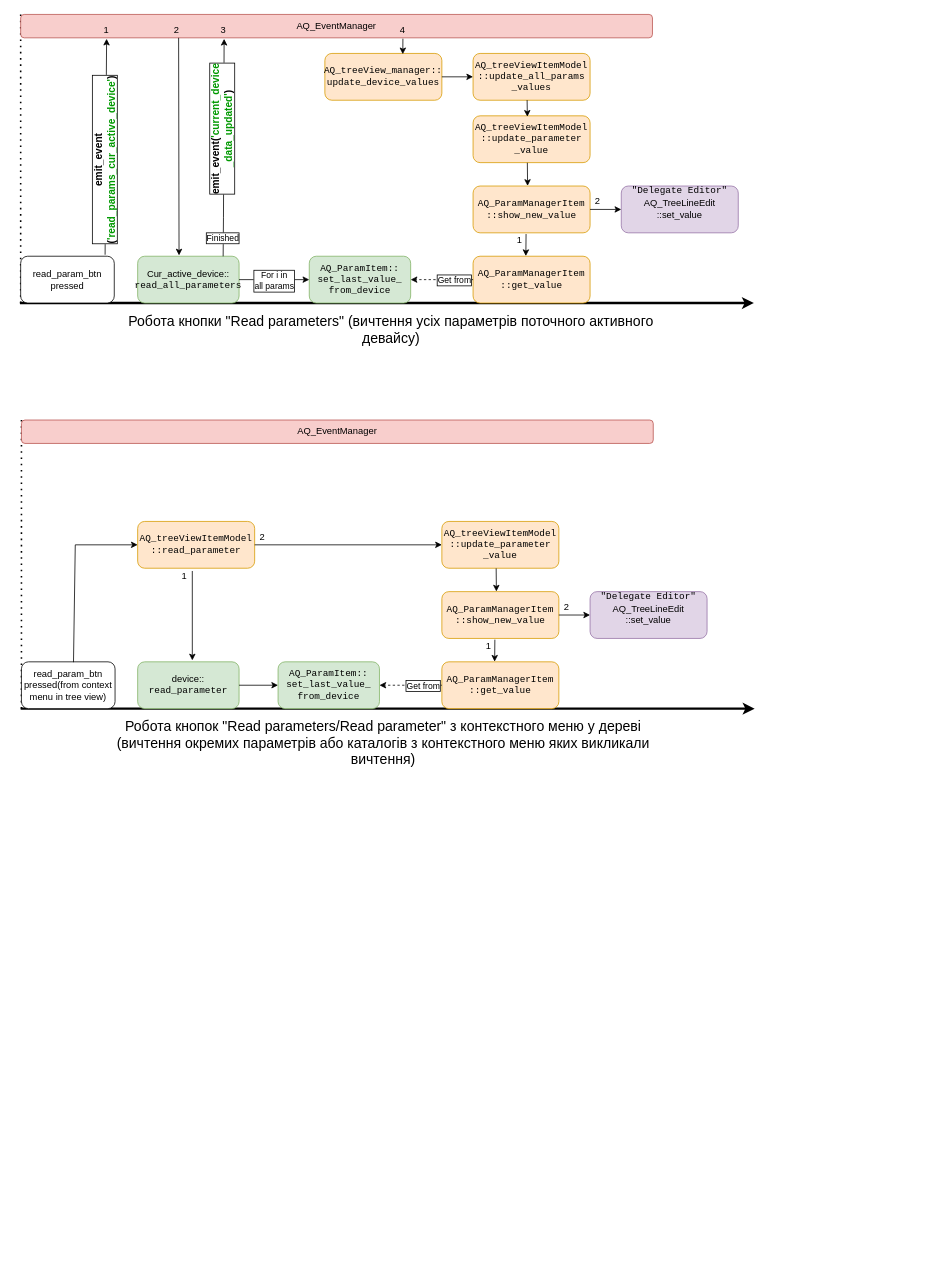
This is page "Вичтення значення параметру" (6 of 9) of arch.drawio from romangolovkou/AQteck_toolMAX, a draw.io file, before an edit. Source tidied: cells renumbered, new cells numbered last; positions are measured from the earlier drawing's top-left corner, leaving out a move shared by most shapes. Both pictures are drawn from the tidied source at 78%, with x=0, y=0 at pixel (20, 14).
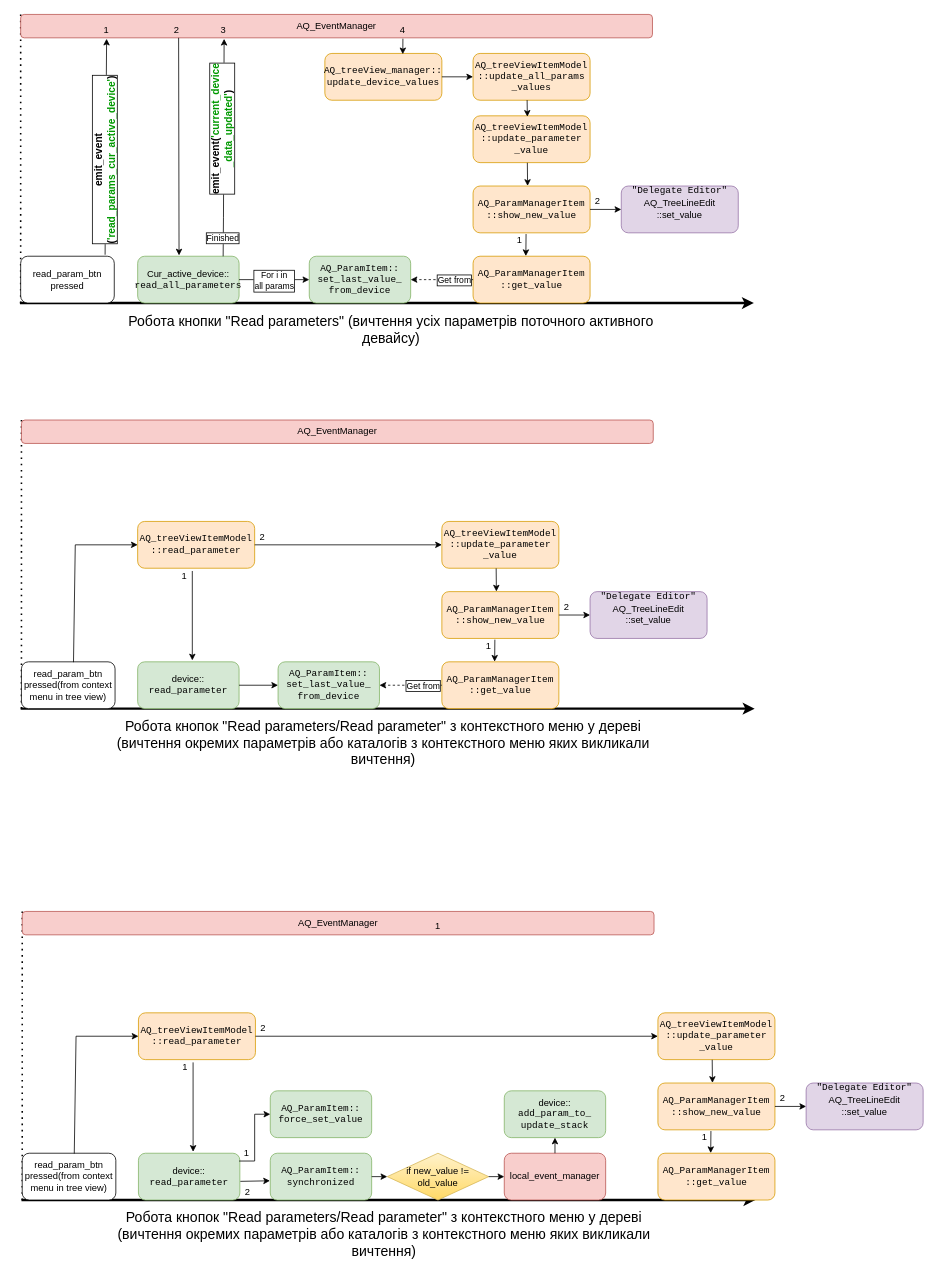
The same page after the edit.

What changed in the source:
```diff
@@
+    <mxCell id="63" style="endArrow=classic;html=1;rounded=0;strokeWidth=3;" parent="1" edge="1">
+      <mxGeometry relative="1" as="geometry">
+        <mxPoint x="2" y="1520" as="sourcePoint" />
+        <mxPoint x="943" y="1520" as="targetPoint" />
+      </mxGeometry>
+    </mxCell>
+    <mxCell id="64" style="endArrow=none;dashed=1;html=1;dashPattern=1 3;strokeWidth=2;rounded=0;" parent="1" edge="1">
+      <mxGeometry relative="1" as="geometry">
+        <mxPoint x="3" y="1520" as="sourcePoint" />
+        <mxPoint x="3" y="1150" as="targetPoint" />
+      </mxGeometry>
+    </mxCell>
+    <mxCell id="65" value="read_param_btn&lt;br&gt;pressed(from context menu in tree view)" style="rounded=1;whiteSpace=wrap;html=1;strokeWidth=1;" parent="1" vertex="1">
+      <mxGeometry x="3" y="1460" width="120" height="60" as="geometry" />
+    </mxCell>
+    <mxCell id="66" value="AQ_EventManager" style="rounded=1;whiteSpace=wrap;html=1;fillColor=#f8cecc;strokeColor=#b85450;" parent="1" vertex="1">
+      <mxGeometry x="3" y="1150" width="810" height="30" as="geometry" />
+    </mxCell>
+    <mxCell id="67" value="&lt;div style=&quot;font-family: &amp;quot;JetBrains Mono&amp;quot;, monospace;&quot;&gt;AQ_ParamItem::&lt;br&gt;&lt;div style=&quot;&quot;&gt;&lt;div style=&quot;&quot;&gt;force_set_value&lt;/div&gt;&lt;/div&gt;&lt;/div&gt;" style="rounded=1;whiteSpace=wrap;html=1;fillColor=#d5e8d4;strokeColor=#82b366;" parent="1" vertex="1">
+      <mxGeometry x="321" y="1380" width="130" height="60" as="geometry" />
+    </mxCell>
+    <mxCell id="68" value="&lt;div style=&quot;font-family: &amp;quot;JetBrains Mono&amp;quot;, monospace;&quot;&gt;AQ_treeViewItemModel&lt;br&gt;::update_parameter&lt;br&gt;_value&lt;/div&gt;" style="rounded=1;whiteSpace=wrap;html=1;strokeWidth=1;fillColor=#ffe6cc;strokeColor=#d79b00;" parent="1" vertex="1">
+      <mxGeometry x="818" y="1280" width="150" height="60" as="geometry" />
+    </mxCell>
+    <mxCell id="69" value="&lt;div style=&quot;font-family: &amp;quot;JetBrains Mono&amp;quot;, monospace;&quot;&gt;&lt;div style=&quot;&quot;&gt;AQ_ParamManagerItem&lt;/div&gt;::show_new_value&lt;/div&gt;" style="rounded=1;whiteSpace=wrap;html=1;strokeWidth=1;fillColor=#ffe6cc;strokeColor=#d79b00;" parent="1" vertex="1">
+      <mxGeometry x="818" y="1370" width="150" height="60" as="geometry" />
+    </mxCell>
+    <mxCell id="70" style="endArrow=classic;html=1;rounded=0;entryX=0.466;entryY=-0.003;entryDx=0;entryDy=0;entryPerimeter=0;exitX=0.464;exitY=1.003;exitDx=0;exitDy=0;exitPerimeter=0;" parent="1" edge="1" source="68" target="69">
+      <mxGeometry relative="1" as="geometry" />
+    </mxCell>
+    <mxCell id="71" value="&lt;div style=&quot;font-family: &amp;quot;JetBrains Mono&amp;quot;, monospace;&quot;&gt;&lt;div style=&quot;&quot;&gt;AQ_ParamManagerItem&lt;/div&gt;::get_value&lt;/div&gt;" style="rounded=1;whiteSpace=wrap;html=1;strokeWidth=1;fillColor=#ffe6cc;strokeColor=#d79b00;" parent="1" vertex="1">
+      <mxGeometry x="818" y="1460" width="150" height="60" as="geometry" />
+    </mxCell>
+    <mxCell id="72" style="endArrow=classic;html=1;rounded=0;entryX=0.451;entryY=-0.004;entryDx=0;entryDy=0;entryPerimeter=0;exitX=0.453;exitY=1.026;exitDx=0;exitDy=0;exitPerimeter=0;" parent="1" edge="1" source="69" target="71">
+      <mxGeometry relative="1" as="geometry" />
+    </mxCell>
+    <mxCell id="73" value="1" style="text;html=1;strokeColor=none;fillColor=none;align=center;verticalAlign=middle;whiteSpace=wrap;rounded=0;" parent="1" vertex="1">
+      <mxGeometry x="868" y="1430" width="20" height="20" as="geometry" />
+    </mxCell>
+    <mxCell id="74" value="&lt;div style=&quot;font-family: &amp;quot;JetBrains Mono&amp;quot;, monospace;&quot;&gt;&lt;div style=&quot;&quot;&gt;&quot;Delegate Editor&quot;&lt;br style=&quot;border-color: var(--border-color); font-family: Helvetica; font-weight: 700;&quot;&gt;&lt;span style=&quot;font-family: Helvetica;&quot;&gt;AQ_TreeLineEdit&lt;br&gt;::set_value&lt;/span&gt;&lt;br style=&quot;border-color: var(--border-color); font-family: Helvetica; font-weight: 700;&quot;&gt;&lt;span style=&quot;border-color: var(--border-color); font-family: Helvetica;&quot;&gt;&amp;nbsp;&lt;/span&gt;&lt;br&gt;&lt;/div&gt;&lt;/div&gt;" style="rounded=1;whiteSpace=wrap;html=1;strokeWidth=1;fillColor=#e1d5e7;strokeColor=#9673a6;" parent="1" vertex="1">
+      <mxGeometry x="1008" y="1370" width="150" height="60" as="geometry" />
+    </mxCell>
+    <mxCell id="75" style="endArrow=classic;html=1;rounded=0;exitX=1;exitY=0.5;exitDx=0;exitDy=0;entryX=0;entryY=0.5;entryDx=0;entryDy=0;" parent="1" edge="1" source="69" target="74">
+      <mxGeometry relative="1" as="geometry" />
+    </mxCell>
+    <mxCell id="76" value="2" style="text;html=1;strokeColor=none;fillColor=none;align=center;verticalAlign=middle;whiteSpace=wrap;rounded=0;" parent="1" vertex="1">
+      <mxGeometry x="968" y="1380" width="20" height="20" as="geometry" />
+    </mxCell>
+    <mxCell id="77" value="&lt;div style=&quot;font-family: &amp;quot;JetBrains Mono&amp;quot;, monospace;&quot;&gt;AQ_treeViewItemModel&lt;br&gt;::read_parameter&lt;/div&gt;" style="rounded=1;whiteSpace=wrap;html=1;strokeWidth=1;fillColor=#ffe6cc;strokeColor=#d79b00;" parent="1" vertex="1">
+      <mxGeometry x="152" y="1280" width="150" height="60" as="geometry" />
+    </mxCell>
+    <mxCell id="78" value="device::&lt;br&gt;&lt;div style=&quot;font-family: &amp;quot;JetBrains Mono&amp;quot;, monospace;&quot;&gt;read_parameter&lt;/div&gt;" style="rounded=1;whiteSpace=wrap;html=1;strokeWidth=1;fillColor=#d5e8d4;strokeColor=#82b366;" parent="1" vertex="1">
+      <mxGeometry x="152" y="1460" width="130" height="60" as="geometry" />
+    </mxCell>
+    <mxCell id="79" value="1" style="text;html=1;strokeColor=none;fillColor=none;align=center;verticalAlign=middle;whiteSpace=wrap;rounded=0;" parent="1" vertex="1">
+      <mxGeometry x="202" y="1340" width="20" height="20" as="geometry" />
+    </mxCell>
+    <mxCell id="80" style="endArrow=classic;html=1;rounded=0;exitX=0.556;exitY=0.008;exitDx=0;exitDy=0;exitPerimeter=0;entryX=0;entryY=0.5;entryDx=0;entryDy=0;" parent="1" edge="1" source="65" target="77">
+      <mxGeometry relative="1" as="geometry">
+        <Array as="points">
+          <mxPoint x="72" y="1310" />
+        </Array>
+      </mxGeometry>
+    </mxCell>
+    <mxCell id="81" style="endArrow=classic;html=1;rounded=0;exitX=1;exitY=0.5;exitDx=0;exitDy=0;entryX=0;entryY=0.5;entryDx=0;entryDy=0;" parent="1" edge="1" source="77" target="68">
+      <mxGeometry relative="1" as="geometry" />
+    </mxCell>
+    <mxCell id="82" value="2" style="text;html=1;strokeColor=none;fillColor=none;align=center;verticalAlign=middle;whiteSpace=wrap;rounded=0;" parent="1" vertex="1">
+      <mxGeometry x="302" y="1290" width="20" height="20" as="geometry" />
+    </mxCell>
+    <mxCell id="83" style="endArrow=classic;html=1;rounded=0;exitX=0.992;exitY=0.167;exitDx=0;exitDy=0;entryX=0;entryY=0.5;entryDx=0;entryDy=0;exitPerimeter=0;" parent="1" edge="1" source="78" target="67">
+      <mxGeometry relative="1" as="geometry">
+        <Array as="points">
+          <mxPoint x="301" y="1470" />
+          <mxPoint x="301" y="1410" />
+        </Array>
+      </mxGeometry>
+    </mxCell>
+    <mxCell id="84" style="endArrow=classic;html=1;rounded=0;exitX=0.467;exitY=1.059;exitDx=0;exitDy=0;exitPerimeter=0;entryX=0.539;entryY=-0.031;entryDx=0;entryDy=0;entryPerimeter=0;" parent="1" edge="1" source="77" target="78">
+      <mxGeometry relative="1" as="geometry" />
+    </mxCell>
+    <mxCell id="85" value="&lt;span style=&quot;font-size: 18px;&quot;&gt;Робота кнопок &quot;Read parameters/Read parameter&quot; з контекстного меню у дереві (вичтення окремих параметрів або каталогів з контекстного меню яких викликали вичтення)&lt;/span&gt;" style="text;html=1;strokeColor=none;fillColor=none;align=center;verticalAlign=middle;whiteSpace=wrap;rounded=0;" parent="1" vertex="1">
+      <mxGeometry x="92" y="1530" width="750" height="70" as="geometry" />
+    </mxCell>
+    <mxCell id="86" value="&lt;div style=&quot;font-family: &amp;quot;JetBrains Mono&amp;quot;, monospace;&quot;&gt;AQ_ParamItem::&lt;br&gt;&lt;div style=&quot;&quot;&gt;&lt;div style=&quot;&quot;&gt;synchronized&lt;/div&gt;&lt;/div&gt;&lt;/div&gt;" style="rounded=1;whiteSpace=wrap;html=1;fillColor=#d5e8d4;strokeColor=#82b366;" parent="1" vertex="1">
+      <mxGeometry x="321" y="1460" width="130" height="60" as="geometry" />
+    </mxCell>
+    <mxCell id="87" style="endArrow=classic;html=1;rounded=0;exitX=1.005;exitY=0.601;exitDx=0;exitDy=0;exitPerimeter=0;entryX=-0.003;entryY=0.589;entryDx=0;entryDy=0;entryPerimeter=0;" parent="1" edge="1" source="78" target="86">
+      <mxGeometry relative="1" as="geometry" />
+    </mxCell>
+    <mxCell id="88" value="1" style="text;html=1;strokeColor=none;fillColor=none;align=center;verticalAlign=middle;whiteSpace=wrap;rounded=0;" parent="1" vertex="1">
+      <mxGeometry x="281" y="1450" width="20" height="20" as="geometry" />
+    </mxCell>
+    <mxCell id="89" value="2" style="text;html=1;strokeColor=none;fillColor=none;align=center;verticalAlign=middle;whiteSpace=wrap;rounded=0;" parent="1" vertex="1">
+      <mxGeometry x="282" y="1500" width="20" height="20" as="geometry" />
+    </mxCell>
+    <mxCell id="90" value="if new_value != old_value" style="rhombus;whiteSpace=wrap;html=1;fillColor=#fff2cc;strokeColor=#d6b656;gradientColor=#ffd966;" parent="1" vertex="1">
+      <mxGeometry x="471" y="1460" width="130" height="60" as="geometry" />
+    </mxCell>
+    <mxCell id="91" style="endArrow=classic;html=1;rounded=0;exitX=1;exitY=0.5;exitDx=0;exitDy=0;entryX=0;entryY=0.5;entryDx=0;entryDy=0;" parent="1" edge="1" source="86" target="90">
+      <mxGeometry relative="1" as="geometry" />
+    </mxCell>
+    <mxCell id="92" value="1" style="text;html=1;strokeColor=none;fillColor=none;align=center;verticalAlign=middle;whiteSpace=wrap;rounded=0;" parent="1" vertex="1">
+      <mxGeometry x="526" y="1159" width="20" height="20" as="geometry" />
+    </mxCell>
+    <mxCell id="93" value="device::&lt;br&gt;&lt;div style=&quot;font-family: &amp;quot;JetBrains Mono&amp;quot;, monospace;&quot;&gt;&lt;div style=&quot;&quot;&gt;add_param_to_&lt;br&gt;update_stack&lt;/div&gt;&lt;/div&gt;" style="rounded=1;whiteSpace=wrap;html=1;strokeWidth=1;fillColor=#d5e8d4;strokeColor=#82b366;" parent="1" vertex="1">
+      <mxGeometry x="621" y="1380" width="130" height="60" as="geometry" />
+    </mxCell>
+    <mxCell id="94" value="local_event_manager" style="rounded=1;whiteSpace=wrap;html=1;strokeWidth=1;fillColor=#f8cecc;strokeColor=#b85450;" parent="1" vertex="1">
+      <mxGeometry x="621" y="1460" width="130" height="60" as="geometry" />
+    </mxCell>
+    <mxCell id="95" style="endArrow=classic;html=1;rounded=0;exitX=1;exitY=0.5;exitDx=0;exitDy=0;entryX=0;entryY=0.5;entryDx=0;entryDy=0;" parent="1" edge="1" source="90" target="94">
+      <mxGeometry relative="1" as="geometry" />
+    </mxCell>
+    <mxCell id="96" style="endArrow=classic;html=1;rounded=0;exitX=0.5;exitY=0;exitDx=0;exitDy=0;entryX=0.5;entryY=1;entryDx=0;entryDy=0;" parent="1" edge="1" source="94" target="93">
+      <mxGeometry relative="1" as="geometry" />
+    </mxCell>
```
